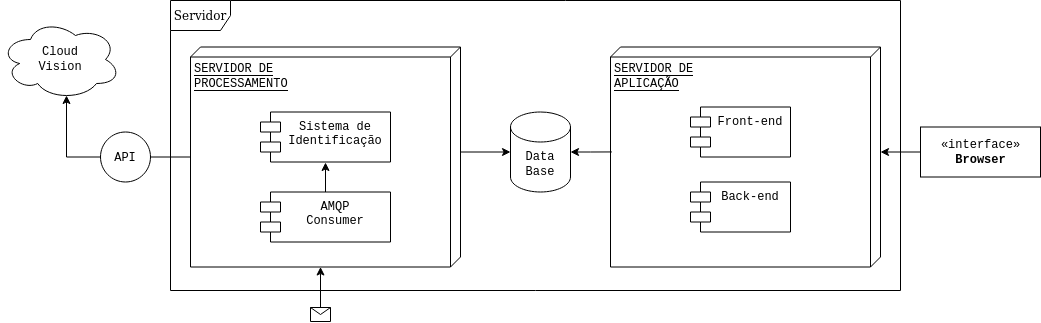
The draw.io diagram images/arquitetura-servidor.png in Smart-AniMon/docs, before a commit. Source tidied: cells renumbered, new cells last; positions are measured from the earlier drawing's top-left corner, leaving out a move shared by most shapes. Source of this version:
```xml
<mxGraphModel>
  <root>
    <mxCell id="0" />
    <mxCell id="1" parent="0" />
    <mxCell id="2" value="Servidor" style="shape=umlFrame;whiteSpace=wrap;html=1;" parent="1" vertex="1">
      <mxGeometry x="170" width="730" height="290" as="geometry" />
    </mxCell>
    <mxCell id="3" style="edgeStyle=orthogonalEdgeStyle;rounded=0;jettySize=auto;html=1;startArrow=classic;startFill=1;endArrow=none;endFill=0;entryX=0;entryY=0;entryDx=105;entryDy=0;entryPerimeter=0;" parent="1" edge="1" source="5" target="12">
      <mxGeometry relative="1" as="geometry" />
    </mxCell>
    <mxCell id="4" style="edgeStyle=orthogonalEdgeStyle;rounded=0;jettySize=auto;html=1;exitX=1;exitY=0.5;exitDx=0;exitDy=0;exitPerimeter=0;entryX=0.477;entryY=0.995;entryDx=0;entryDy=0;entryPerimeter=0;startArrow=classic;startFill=1;endArrow=none;endFill=0;" parent="1" edge="1" source="5" target="10">
      <mxGeometry relative="1" as="geometry" />
    </mxCell>
    <mxCell id="5" value="Data&lt;br&gt;Base" style="shape=cylinder3;whiteSpace=wrap;html=1;boundedLbl=1;backgroundOutline=1;size=15;fontFamily=Courier New;" parent="1" vertex="1">
      <mxGeometry x="510" y="111.5" width="60" height="80" as="geometry" />
    </mxCell>
    <mxCell id="6" value="API" style="ellipse;whiteSpace=wrap;html=1;fontFamily=Courier New;" parent="1" vertex="1">
      <mxGeometry x="100" y="131.5" width="50" height="50" as="geometry" />
    </mxCell>
    <mxCell id="7" style="edgeStyle=orthogonalEdgeStyle;rounded=0;jettySize=auto;html=1;exitX=0.55;exitY=0.95;exitDx=0;exitDy=0;exitPerimeter=0;entryX=0;entryY=0.5;entryDx=0;entryDy=0;startArrow=classic;startFill=1;endArrow=none;endFill=0;" parent="1" edge="1" source="8" target="6">
      <mxGeometry relative="1" as="geometry" />
    </mxCell>
    <mxCell id="8" value="Cloud&lt;br&gt;Vision" style="ellipse;shape=cloud;whiteSpace=wrap;html=1;fontFamily=Courier New;" parent="1" vertex="1">
      <mxGeometry y="19" width="120" height="80" as="geometry" />
    </mxCell>
    <mxCell id="9" style="edgeStyle=orthogonalEdgeStyle;rounded=0;jettySize=auto;html=1;exitX=0;exitY=0;exitDx=105;exitDy=0;exitPerimeter=0;entryX=0;entryY=0.5;entryDx=0;entryDy=0;startArrow=classic;startFill=1;endArrow=none;endFill=0;" parent="1" edge="1" source="10" target="18">
      <mxGeometry relative="1" as="geometry" />
    </mxCell>
    <mxCell id="10" value="SERVIDOR DE&lt;br&gt;APLICAÇÃO" style="verticalAlign=top;align=left;spacingTop=8;spacingLeft=2;spacingRight=12;shape=cube;size=10;direction=south;fontStyle=4;html=1;fontFamily=Courier New;fillColor=none;" parent="1" vertex="1">
      <mxGeometry x="610" y="46.5" width="270" height="220" as="geometry" />
    </mxCell>
    <mxCell id="11" style="edgeStyle=orthogonalEdgeStyle;rounded=0;jettySize=auto;html=1;entryX=1;entryY=0.5;entryDx=0;entryDy=0;startArrow=none;startFill=0;endArrow=none;endFill=0;" parent="1" edge="1" source="12" target="6">
      <mxGeometry relative="1" as="geometry" />
    </mxCell>
    <mxCell id="12" value="&lt;blockquote style=&quot;margin: 0 0 0 40px ; border: none ; padding: 0px&quot;&gt;&lt;/blockquote&gt;&lt;span&gt;SERVIDOR DE&lt;/span&gt;&lt;br&gt;PROCESSAMENTO" style="verticalAlign=top;align=left;spacingTop=8;spacingLeft=2;spacingRight=12;shape=cube;size=10;direction=south;fontStyle=4;html=1;fontFamily=Courier New;fillColor=none;" parent="1" vertex="1">
      <mxGeometry x="190" y="46.5" width="270" height="220" as="geometry" />
    </mxCell>
    <mxCell id="13" style="edgeStyle=none;rounded=0;jettySize=auto;html=1;exitX=0.5;exitY=0;exitDx=0;exitDy=0;fontFamily=Courier New;startArrow=none;startFill=0;endArrow=classic;endFill=1;" parent="1" edge="1" source="15">
      <mxGeometry relative="1" as="geometry">
        <mxPoint x="325" y="162" as="targetPoint" />
      </mxGeometry>
    </mxCell>
    <mxCell id="14" value="Sistema de&#10;Identificação" style="shape=module;align=left;spacingLeft=20;align=center;verticalAlign=top;fontFamily=Courier New;fillColor=none;" parent="1" vertex="1">
      <mxGeometry x="260" y="111.5" width="130" height="50" as="geometry" />
    </mxCell>
    <mxCell id="15" value="AMQP&#10;Consumer&#10;" style="shape=module;align=left;spacingLeft=20;align=center;verticalAlign=top;fontFamily=Courier New;fillColor=none;" parent="1" vertex="1">
      <mxGeometry x="260" y="191.5" width="130" height="50" as="geometry" />
    </mxCell>
    <mxCell id="16" value="Front-end" style="shape=module;align=left;spacingLeft=20;align=center;verticalAlign=top;fontFamily=Courier New;fillColor=none;" parent="1" vertex="1">
      <mxGeometry x="690" y="106.5" width="100" height="50" as="geometry" />
    </mxCell>
    <mxCell id="17" value="Back-end" style="shape=module;align=left;spacingLeft=20;align=center;verticalAlign=top;fontFamily=Courier New;fillColor=none;" parent="1" vertex="1">
      <mxGeometry x="690" y="181.5" width="100" height="50" as="geometry" />
    </mxCell>
    <mxCell id="18" value="«interface»&lt;br&gt;&lt;b&gt;Browser&lt;/b&gt;" style="html=1;fontFamily=Courier New;fillColor=none;" parent="1" vertex="1">
      <mxGeometry x="920" y="126.5" width="120" height="50" as="geometry" />
    </mxCell>
    <mxCell id="19" style="edgeStyle=orthogonalEdgeStyle;rounded=0;jettySize=auto;html=1;startArrow=none;startFill=0;endArrow=classic;endFill=1;entryX=0;entryY=0;entryDx=220;entryDy=140;entryPerimeter=0;" parent="1" edge="1" source="20" target="12">
      <mxGeometry relative="1" as="geometry" />
    </mxCell>
    <mxCell id="20" style="shape=message;html=1;outlineConnect=0;fontFamily=Courier New;" parent="1" vertex="1">
      <mxGeometry x="310" y="307" width="20" height="14" as="geometry" />
    </mxCell>
  </root>
</mxGraphModel>
```
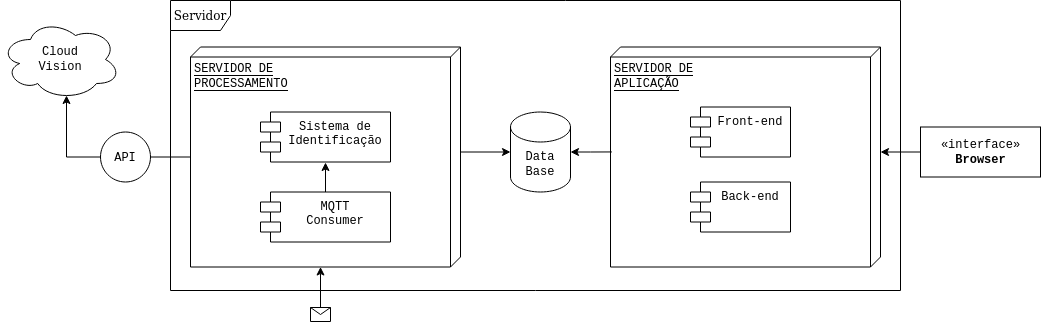
The same file after the commit.

Diff of the diagram source:
```diff
@@ -43,7 +43,7 @@
     <mxCell id="14" value="Sistema de&#10;Identificação" style="shape=module;align=left;spacingLeft=20;align=center;verticalAlign=top;fontFamily=Courier New;fillColor=none;" parent="1" vertex="1">
       <mxGeometry x="260" y="111.5" width="130" height="50" as="geometry" />
     </mxCell>
-    <mxCell id="15" value="AMQP&#10;Consumer&#10;" style="shape=module;align=left;spacingLeft=20;align=center;verticalAlign=top;fontFamily=Courier New;fillColor=none;" parent="1" vertex="1">
+    <mxCell id="15" value="MQTT&#10;Consumer&#10;" style="shape=module;align=left;spacingLeft=20;align=center;verticalAlign=top;fontFamily=Courier New;fillColor=none;" parent="1" vertex="1">
       <mxGeometry x="260" y="191.5" width="130" height="50" as="geometry" />
     </mxCell>
     <mxCell id="16" value="Front-end" style="shape=module;align=left;spacingLeft=20;align=center;verticalAlign=top;fontFamily=Courier New;fillColor=none;" parent="1" vertex="1">
```
